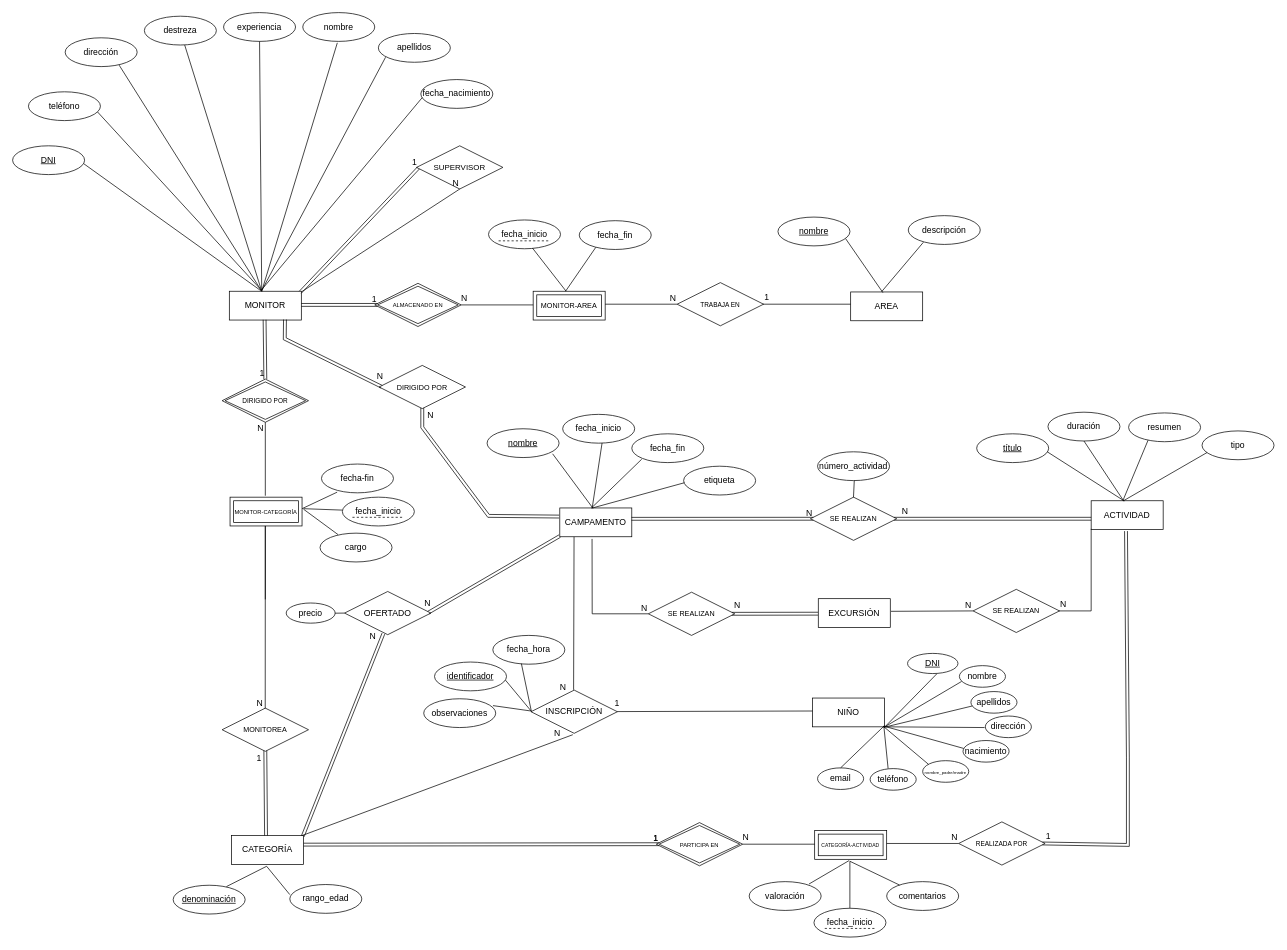
This is dia-final.drawio from rodrigomeijome/bd-diagram, a draw.io file, before an edit. Source tidied: cells renumbered, new cells numbered last; positions are measured from the earlier drawing's top-left corner, leaving out a move shared by most shapes. Both pictures are drawn from the tidied source at 72%, with x=0, y=0 at pixel (12, 12).
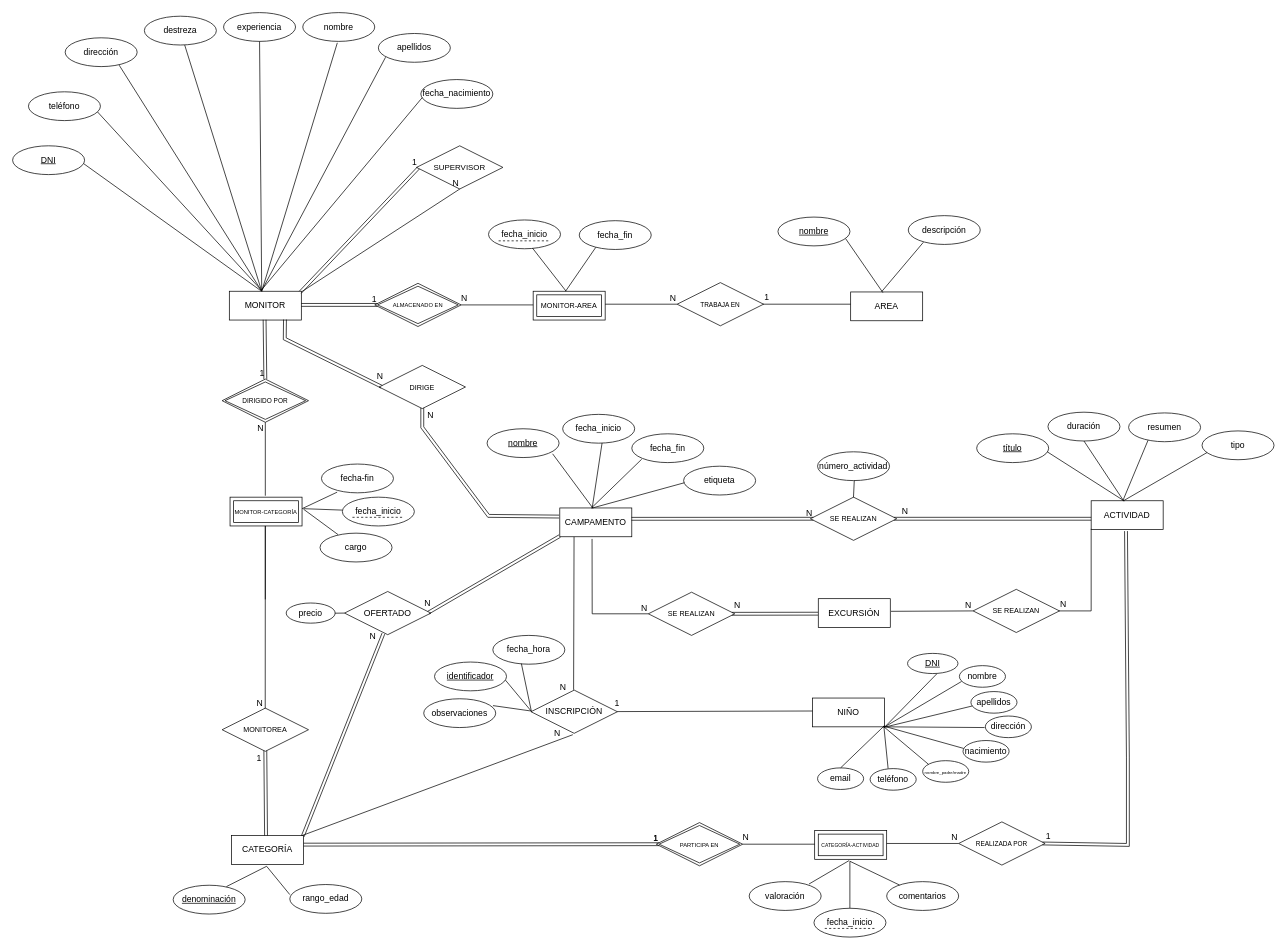
Above is the later version.

The edit, as a diff of the source:
```diff
@@
-    <mxCell id="103" value="&lt;font size=&quot;1&quot;&gt;DIRIGIDO POR&lt;/font&gt;" style="shape=rhombus;perimeter=rhombusPerimeter;whiteSpace=wrap;html=1;align=center;" parent="1" vertex="1">
+    <mxCell id="103" value="&lt;font size=&quot;1&quot;&gt;DIRIGE&lt;/font&gt;" style="shape=rhombus;perimeter=rhombusPerimeter;whiteSpace=wrap;html=1;align=center;" parent="1" vertex="1">
       <mxGeometry x="509" y="490" width="120" height="60" as="geometry" />
     </mxCell>
```
